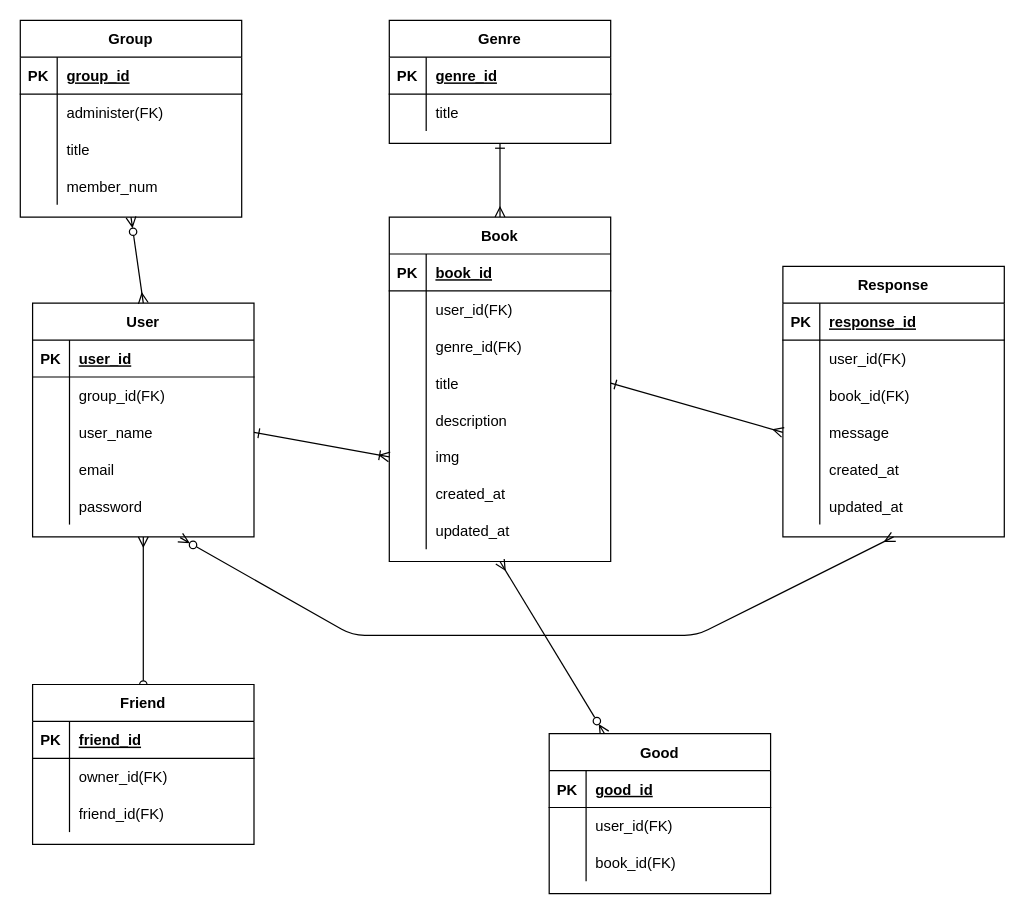
The draw.io diagram booksns.drawio in kawatakutaku/trip_record, before the edit. Source tidied: cells renumbered, new cells numbered last; positions are measured from the earlier drawing's top-left corner, leaving out a move shared by most shapes. Both pictures are drawn from the tidied source at 123%, with x=0, y=0 at pixel (20, 20).
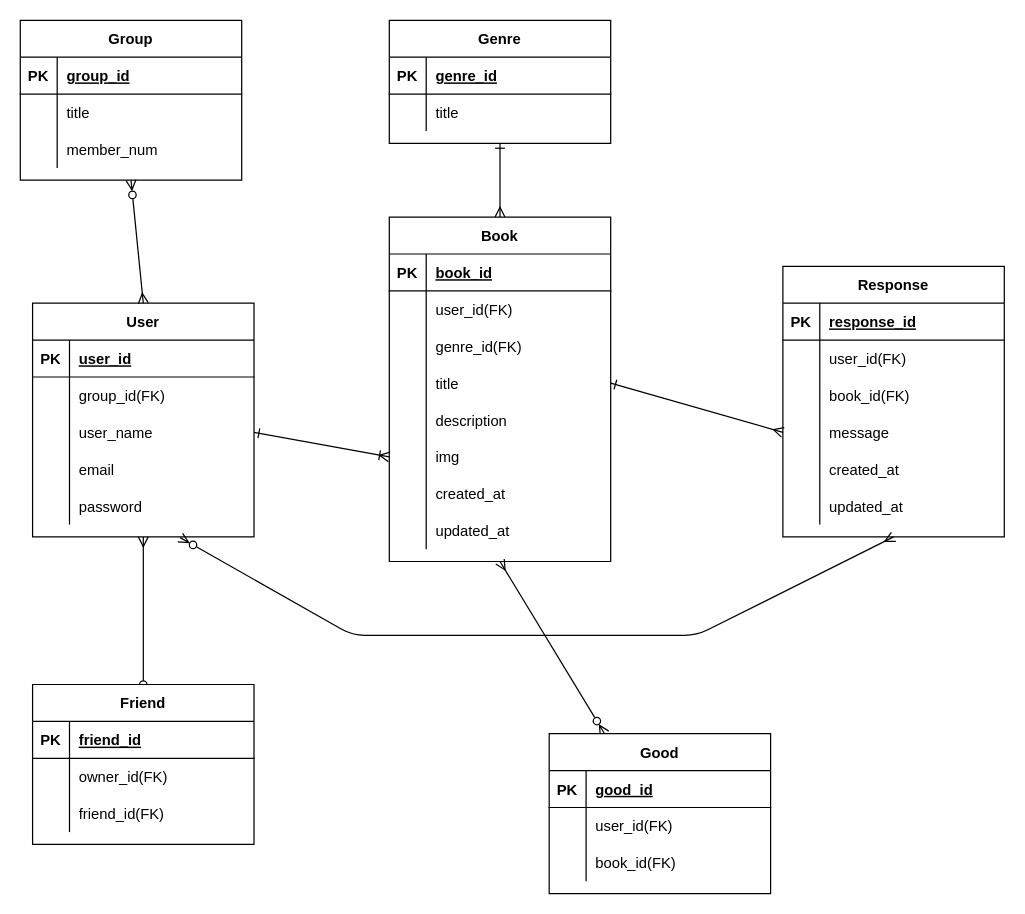
The same diagram, later.

Diff of the diagram source:
```diff
@@
     <mxCell id="45" value="Group" style="shape=table;startSize=30;childLayout=tableLayout;rowLines=0;fontStyle=1;align=center;" parent="1" vertex="1">
-      <mxGeometry width="180" height="160" as="geometry" />
+      <mxGeometry width="180" height="130" as="geometry" />
     </mxCell>
@@
-    <mxCell id="49" style="shape=partialRectangle;fillColor=none;top=0;left=0;bottom=0;right=0;" parent="45" vertex="1">
-      <mxGeometry y="60" width="180" height="30" as="geometry" />
-    </mxCell>
-    <mxCell id="50" style="shape=partialRectangle;fillColor=none;top=0;left=0;bottom=0;right=0;overflow=hidden;" parent="49" vertex="1">
-      <mxGeometry width="30" height="30" as="geometry" />
-    </mxCell>
-    <mxCell id="51" value="administer(FK)" style="shape=partialRectangle;fillColor=none;top=0;left=0;bottom=0;right=0;align=left;spacingLeft=6;overflow=hidden;" parent="49" vertex="1">
-      <mxGeometry x="30" width="150" height="30" as="geometry" />
-    </mxCell>
     <mxCell id="52" style="shape=partialRectangle;fillColor=none;top=0;left=0;bottom=0;right=0;" parent="45" vertex="1">
-      <mxGeometry y="90" width="180" height="30" as="geometry" />
+      <mxGeometry y="60" width="180" height="30" as="geometry" />
     </mxCell>
@@
     <mxCell id="55" style="shape=partialRectangle;fillColor=none;top=0;left=0;bottom=0;right=0;" parent="45" vertex="1">
-      <mxGeometry y="120" width="180" height="30" as="geometry" />
+      <mxGeometry y="90" width="180" height="30" as="geometry" />
     </mxCell>
```
